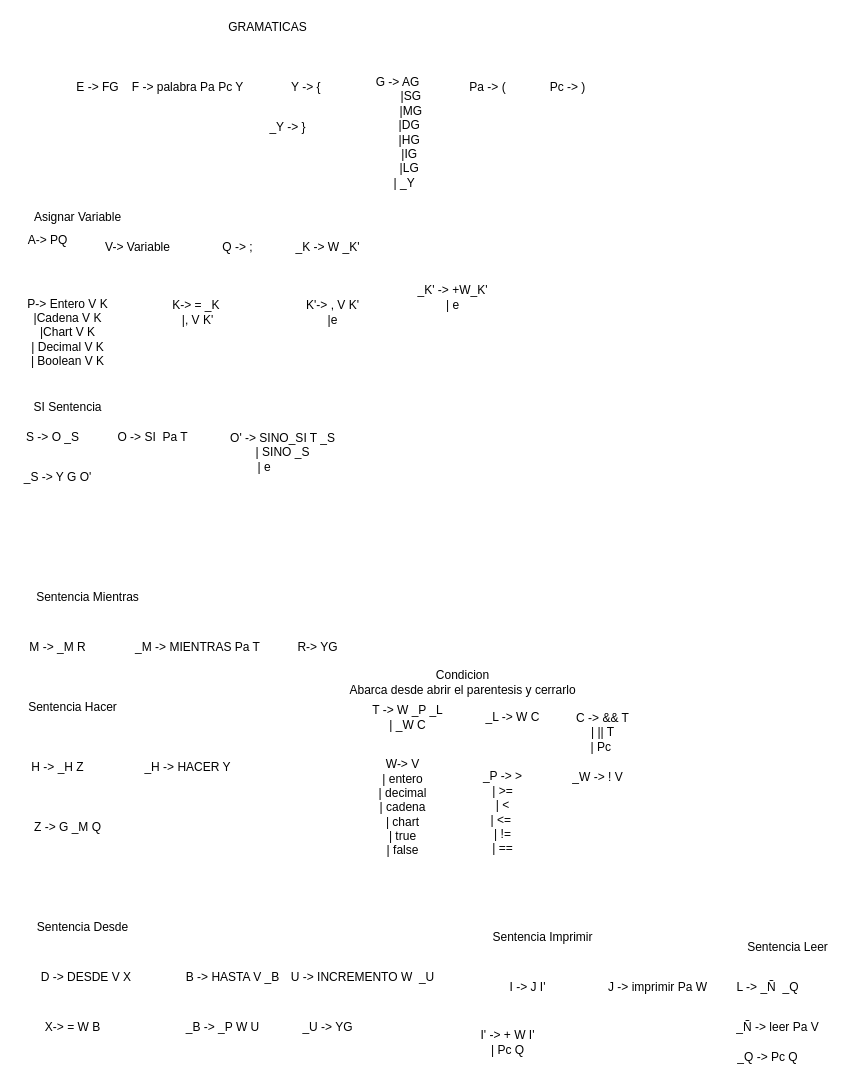
The draw.io diagram page "Page-2" (2 of 2) of Analizador_Sintactico (4) (4).drawio in Camran1234/Proyecto2_Lenguajes_Analizador_Sintactico, before the edit. Source tidied: cells renumbered, new cells numbered last; positions are measured from the earlier drawing's top-left corner, leaving out a move shared by most shapes. Both pictures are drawn from the tidied source at 100%, with x=0, y=0 at pixel (17, 17).
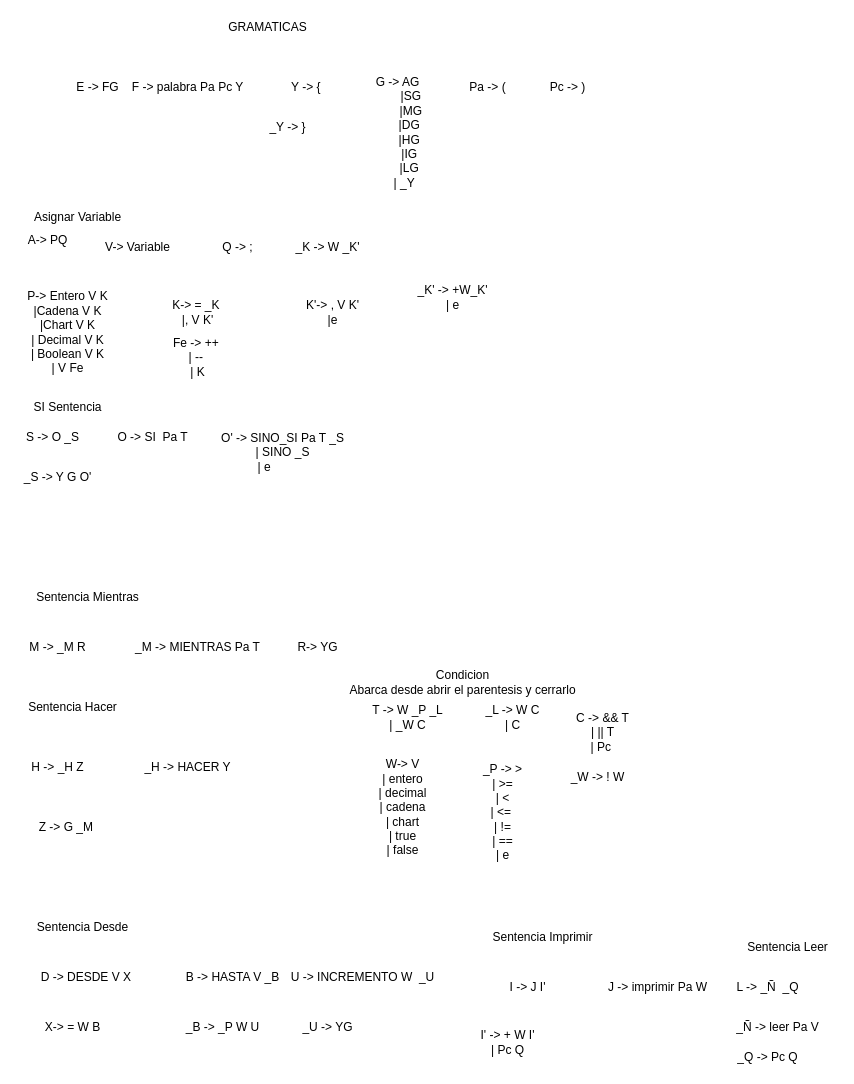
The same page after the edit.

Diff of the diagram source:
```diff
@@
-    <mxCell id="10" value="P-&amp;gt; Entero V K&lt;br&gt;|Cadena V K&lt;br&gt;|Chart V K&lt;br&gt;| Decimal V K&lt;br&gt;| Boolean V K&lt;br&gt;" style="text;html=1;align=center;verticalAlign=middle;" parent="1" vertex="1">
-      <mxGeometry y="280" width="100" height="70" as="geometry" />
+    <mxCell id="10" value="P-&amp;gt; Entero V K&lt;br&gt;|Cadena V K&lt;br&gt;|Chart V K&lt;br&gt;| Decimal V K&lt;br&gt;| Boolean V K&lt;br&gt;| V Fe&lt;br&gt;" style="text;html=1;align=center;verticalAlign=middle;" parent="1" vertex="1">
+      <mxGeometry y="270" width="100" height="90" as="geometry" />
     </mxCell>
@@
-    <mxCell id="21" value="_P -&amp;gt; &amp;gt;&lt;br&gt;| &amp;gt;=&lt;br&gt;| &amp;lt;&lt;br&gt;| &amp;lt;=&amp;nbsp;&lt;br&gt;| !=&lt;br&gt;| ==" style="text;html=1;align=center;verticalAlign=middle;" parent="1" vertex="1">
-      <mxGeometry x="460" y="750" width="50" height="90" as="geometry" />
+    <mxCell id="21" value="_P -&amp;gt; &amp;gt;&lt;br&gt;| &amp;gt;=&lt;br&gt;| &amp;lt;&lt;br&gt;| &amp;lt;=&amp;nbsp;&lt;br&gt;| !=&lt;br&gt;| ==&lt;br&gt;| e" style="text;html=1;align=center;verticalAlign=middle;" parent="1" vertex="1">
+      <mxGeometry x="460" y="745" width="50" height="100" as="geometry" />
     </mxCell>
@@
-    <mxCell id="30" value="_L -&amp;gt; W C" style="text;html=1;align=center;verticalAlign=middle;" parent="1" vertex="1">
-      <mxGeometry x="460" y="690" width="70" height="20" as="geometry" />
+    <mxCell id="30" value="_L -&amp;gt; W C&lt;br&gt;| C" style="text;html=1;align=center;verticalAlign=middle;" parent="1" vertex="1">
+      <mxGeometry x="460" y="685" width="70" height="30" as="geometry" />
     </mxCell>
@@
-    <mxCell id="32" value="Z -&amp;gt; G _M Q" style="text;html=1;align=center;verticalAlign=middle;" parent="1" vertex="1">
-      <mxGeometry x="10" y="800" width="80" height="20" as="geometry" />
+    <mxCell id="32" value="Z -&amp;gt; G _M&amp;nbsp;" style="text;html=1;align=center;verticalAlign=middle;" parent="1" vertex="1">
+      <mxGeometry x="15" y="800" width="70" height="20" as="geometry" />
     </mxCell>
@@
-    <mxCell id="36" value="O' -&amp;gt; SINO_SI T _S&lt;br&gt;| SINO _S&lt;br&gt;| e&amp;nbsp; &amp;nbsp; &amp;nbsp; &amp;nbsp; &amp;nbsp; &amp;nbsp;" style="text;html=1;align=center;verticalAlign=middle;" parent="1" vertex="1">
-      <mxGeometry x="205" y="410" width="120" height="50" as="geometry" />
+    <mxCell id="36" value="O' -&amp;gt; SINO_SI Pa T _S&lt;br&gt;| SINO _S&lt;br&gt;| e&amp;nbsp; &amp;nbsp; &amp;nbsp; &amp;nbsp; &amp;nbsp; &amp;nbsp;" style="text;html=1;align=center;verticalAlign=middle;" parent="1" vertex="1">
+      <mxGeometry x="195" y="410" width="140" height="50" as="geometry" />
     </mxCell>
@@
-    <mxCell id="53" value="_W -&amp;gt; ! V" style="text;html=1;align=center;verticalAlign=middle;" parent="1" vertex="1">
+    <mxCell id="53" value="_W -&amp;gt; ! W" style="text;html=1;align=center;verticalAlign=middle;" parent="1" vertex="1">
       <mxGeometry x="545" y="750" width="70" height="20" as="geometry" />
     </mxCell>
+    <mxCell id="54" value="Fe -&amp;gt; ++&amp;nbsp;&lt;br&gt;| --&amp;nbsp;&lt;br&gt;| K" style="text;html=1;align=center;verticalAlign=middle;" parent="1" vertex="1">
+      <mxGeometry x="150" y="315" width="60" height="50" as="geometry" />
+    </mxCell>
```
